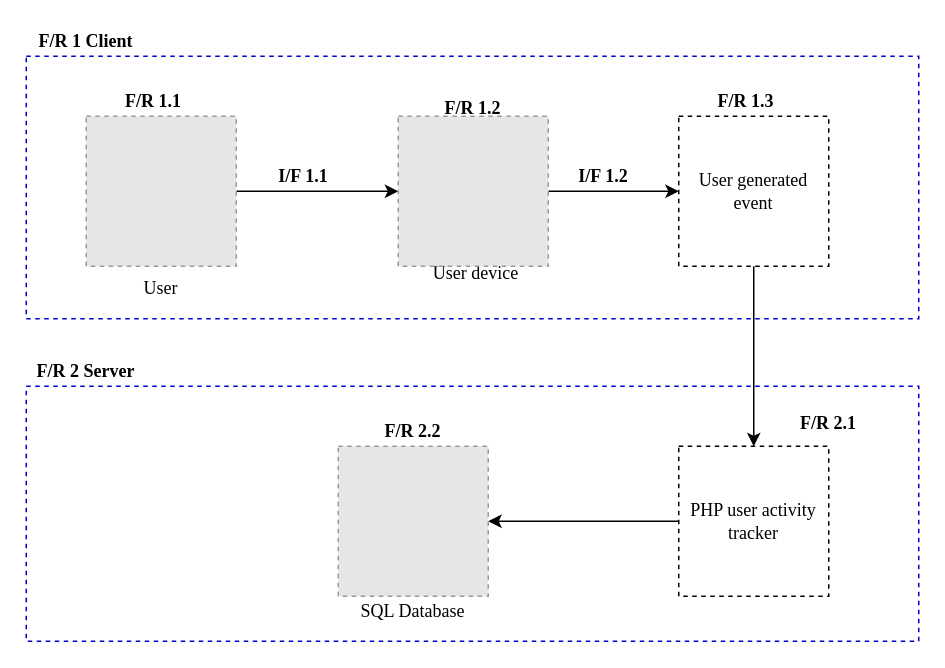
Earlier version of the draw.io diagram Images/Chapter2/SystemA_Architecture_Diagram/SystemA_Architecture_Diagram.drawio (CorrieScheepers/Masters). Source tidied: cells renumbered, new cells numbered last; positions are measured from the earlier drawing's top-left corner, leaving out a move shared by most shapes. Both pictures are drawn from the tidied source at 150%, with x=0, y=0 at pixel (26, 26). Pictures stored in the file or linked from it are replaced by grey dashed boxes.
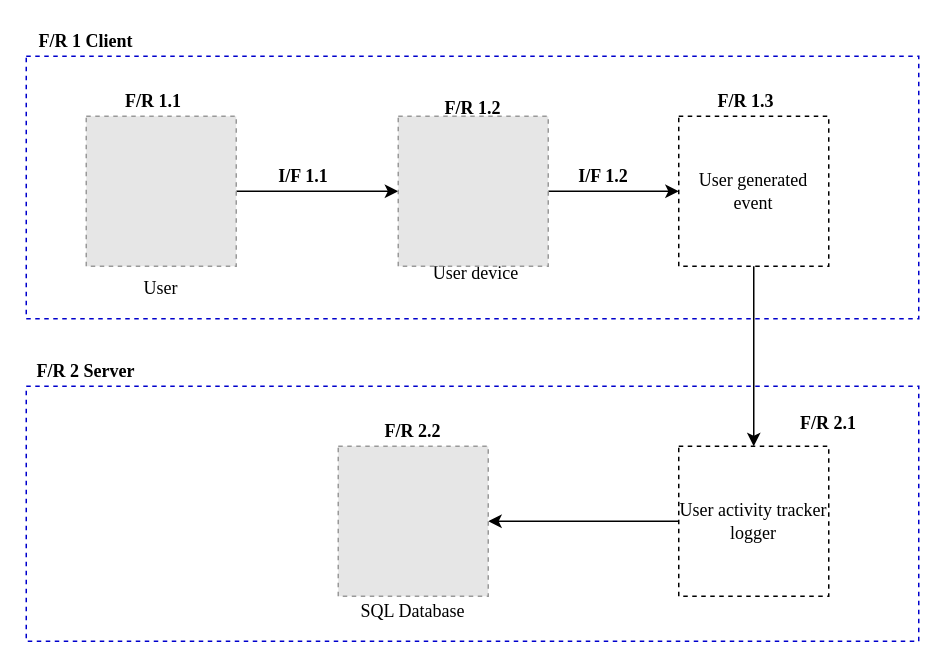
The same page after the edit.

Diff of the diagram source:
```diff
@@
-    <mxCell id="7" value="PHP user activity tracker" style="whiteSpace=wrap;html=1;fillColor=none;dashed=1;fontFamily=Times New Roman;" parent="1" vertex="1">
+    <mxCell id="7" value="User activity tracker logger" style="whiteSpace=wrap;html=1;fillColor=none;dashed=1;fontFamily=Times New Roman;" parent="1" vertex="1">
       <mxGeometry x="435" y="280" width="100" height="100" as="geometry" />
     </mxCell>
```
